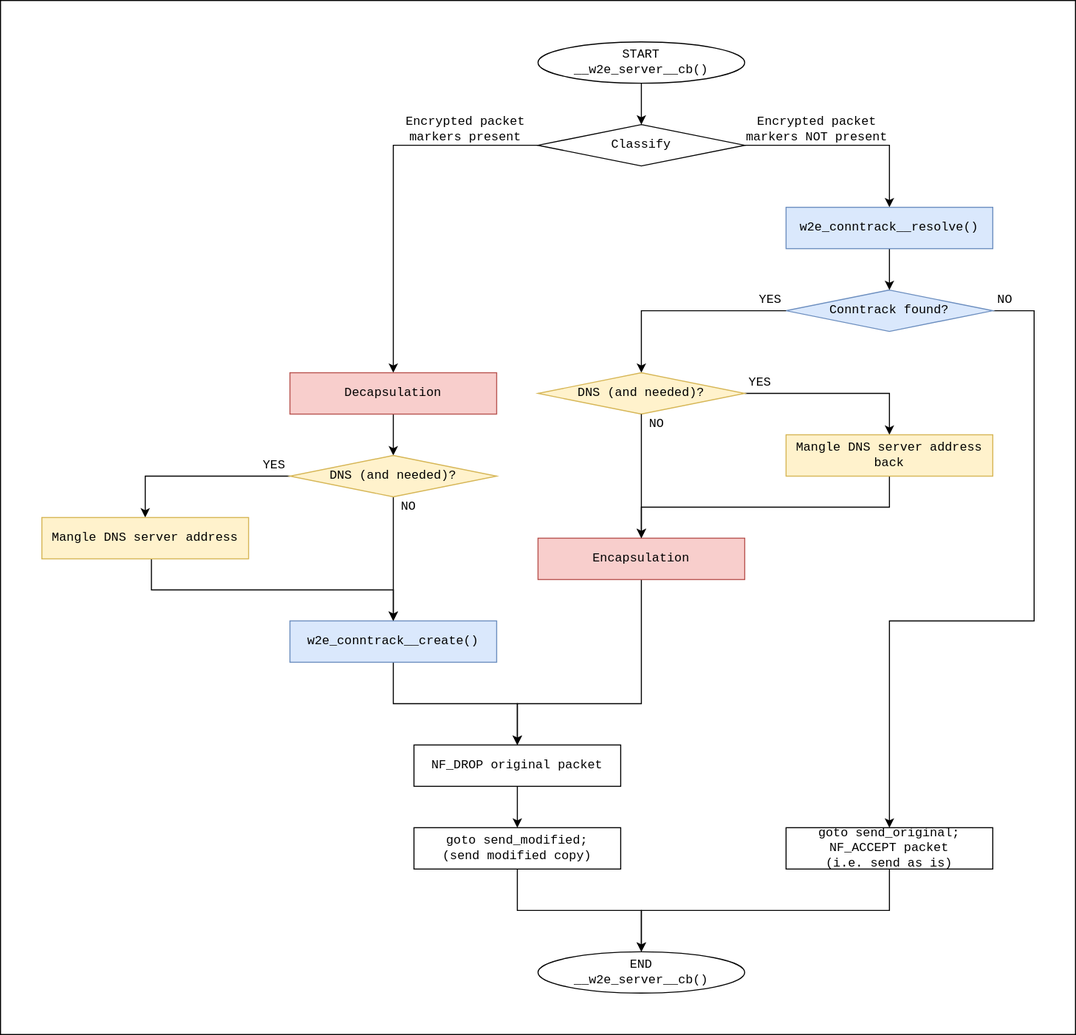
This is misc/w2e_scheme_server.svg from 6uoMycop/W2E, a draw.io export, as it was before one commit. Source tidied: cells renumbered, new cells last; positions are measured from the earlier drawing's top-left corner, leaving out a move shared by most shapes.
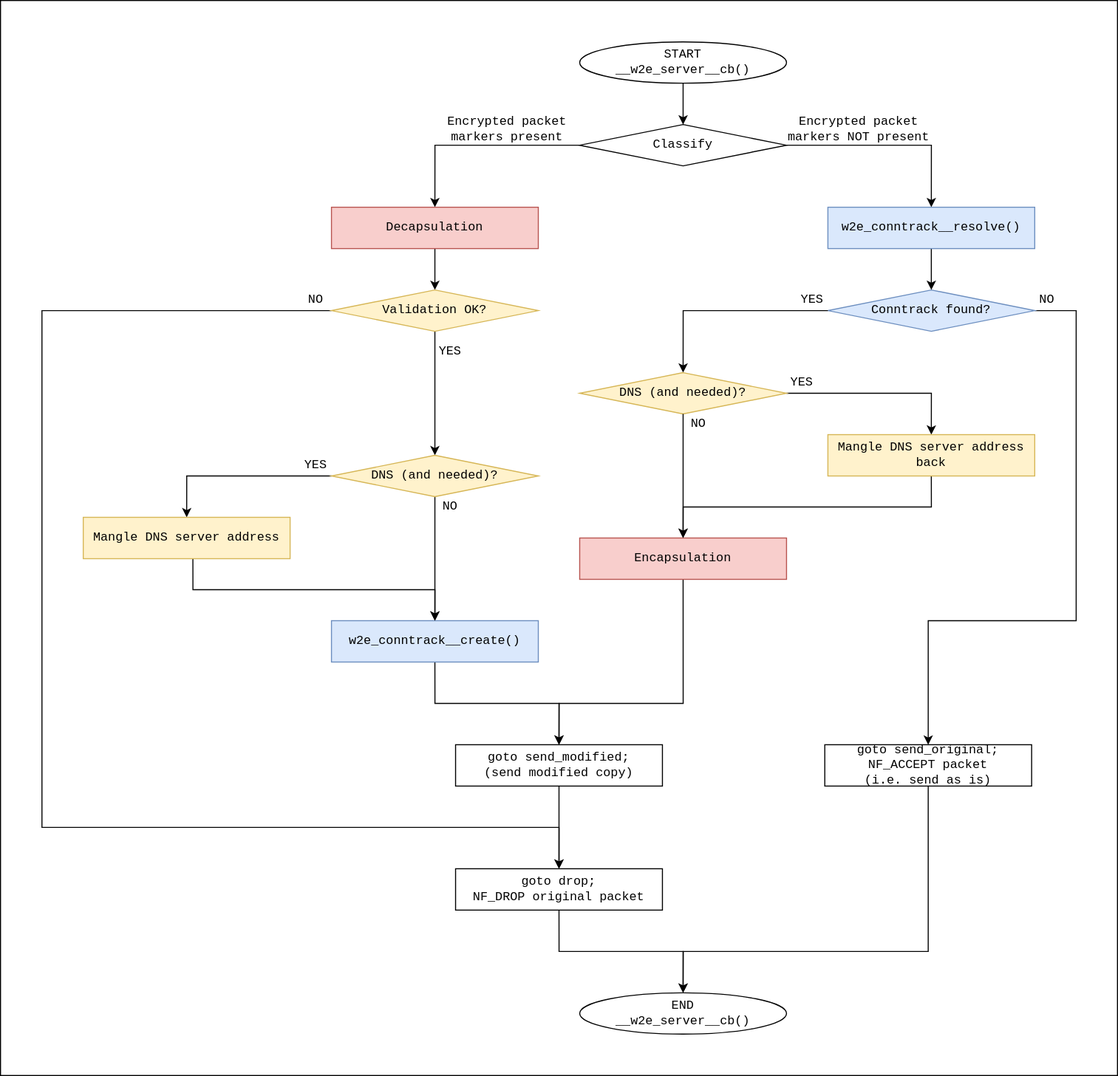
The same diagram one commit later.

The edit, as a diff of the source:
```diff
@@ -2,8 +2,8 @@
   <root>
     <mxCell id="0" />
     <mxCell id="1" parent="0" />
-    <mxCell id="2" style="rounded=0;whiteSpace=wrap;html=1;" parent="1" vertex="1">
-      <mxGeometry width="1040" height="1000" as="geometry" />
+    <mxCell id="2" style="rounded=0;whiteSpace=wrap;html=1;fillColor=default;" parent="1" vertex="1">
+      <mxGeometry x="-40" width="1080" height="1040" as="geometry" />
     </mxCell>
     <mxCell id="3" style="edgeStyle=orthogonalEdgeStyle;rounded=0;jettySize=auto;html=1;exitX=0.5;exitY=1;exitDx=0;exitDy=0;entryX=0.5;entryY=0;entryDx=0;entryDy=0;fontFamily=Courier New;fontSize=12;" parent="1" edge="1" source="28" target="6">
       <mxGeometry relative="1" as="geometry" />
@@ -18,16 +18,24 @@
       <mxGeometry x="520" y="120" width="200" height="40" as="geometry" />
     </mxCell>
     <mxCell id="7" style="edgeStyle=orthogonalEdgeStyle;rounded=0;jettySize=auto;html=1;exitX=0.5;exitY=1;exitDx=0;exitDy=0;entryX=0.5;entryY=0;entryDx=0;entryDy=0;fontFamily=Courier New;fontSize=12;" parent="1" edge="1" source="8" target="29">
-      <mxGeometry relative="1" as="geometry" />
+      <mxGeometry relative="1" as="geometry">
+        <Array as="points">
+          <mxPoint x="857" y="920" />
+          <mxPoint x="620" y="920" />
+        </Array>
+      </mxGeometry>
     </mxCell>
     <mxCell id="8" value="&lt;div style=&quot;font-size: 12px;&quot;&gt;goto send_original;&lt;br style=&quot;font-size: 12px;&quot;&gt;&lt;/div&gt;&lt;div style=&quot;font-size: 12px;&quot;&gt;NF_ACCEPT packet&lt;/div&gt;&lt;div style=&quot;font-size: 12px;&quot;&gt;(i.e. send as is)&lt;/div&gt;" style="rounded=0;whiteSpace=wrap;html=1;fontFamily=Courier New;fontSize=12;" parent="1" vertex="1">
-      <mxGeometry x="760" y="800" width="200" height="40" as="geometry" />
+      <mxGeometry x="757" y="720" width="200" height="40" as="geometry" />
     </mxCell>
-    <mxCell id="9" style="edgeStyle=orthogonalEdgeStyle;rounded=0;jettySize=auto;html=1;exitX=0.5;exitY=1;exitDx=0;exitDy=0;entryX=0.5;entryY=0;entryDx=0;entryDy=0;fontFamily=Courier New;fontSize=12;" parent="1" edge="1" source="10" target="32">
+    <mxCell id="9" style="edgeStyle=orthogonalEdgeStyle;rounded=0;jettySize=auto;html=1;entryX=0.5;entryY=0;entryDx=0;entryDy=0;fontFamily=Courier New;fontSize=12;exitX=0.5;exitY=1;exitDx=0;exitDy=0;" parent="1" edge="1" source="46" target="32">
       <mxGeometry relative="1" as="geometry" />
     </mxCell>
+    <mxCell id="44" style="edgeStyle=orthogonalEdgeStyle;rounded=0;jettySize=auto;html=1;exitX=0.5;exitY=1;exitDx=0;exitDy=0;entryX=0.5;entryY=0;entryDx=0;entryDy=0;" parent="1" edge="1" source="10" target="46">
+      <mxGeometry relative="1" as="geometry" />
+    </mxCell>
     <mxCell id="10" value="Decapsulation" style="rounded=0;whiteSpace=wrap;html=1;fontFamily=Courier New;fontSize=12;fillColor=#f8cecc;strokeColor=#b85450;" parent="1" vertex="1">
-      <mxGeometry x="280" y="360" width="200" height="40" as="geometry" />
+      <mxGeometry x="280" y="200" width="200" height="40" as="geometry" />
     </mxCell>
     <mxCell id="11" style="edgeStyle=orthogonalEdgeStyle;rounded=0;jettySize=auto;html=1;exitX=0.5;exitY=1;exitDx=0;exitDy=0;entryX=0.5;entryY=0;entryDx=0;entryDy=0;fontFamily=Courier New;fontSize=12;" parent="1" edge="1" source="12" target="23">
       <mxGeometry relative="1" as="geometry">
@@ -43,12 +51,12 @@
     <mxCell id="13" value="Encrypted packet markers present" style="text;html=1;align=center;verticalAlign=middle;whiteSpace=wrap;rounded=0;fontFamily=Courier New;fontSize=12;" parent="1" vertex="1">
       <mxGeometry x="380" y="110" width="140" height="30" as="geometry" />
     </mxCell>
-    <mxCell id="14" style="edgeStyle=orthogonalEdgeStyle;rounded=0;jettySize=auto;html=1;exitX=1;exitY=0.5;exitDx=0;exitDy=0;entryX=0.5;entryY=0;entryDx=0;entryDy=0;fontSize=12;fontFamily=Courier New;" parent="1" edge="1" source="15" target="8">
+    <mxCell id="14" style="edgeStyle=orthogonalEdgeStyle;rounded=0;jettySize=auto;html=1;exitX=1;exitY=0.5;exitDx=0;exitDy=0;fontSize=12;fontFamily=Courier New;entryX=0.5;entryY=0;entryDx=0;entryDy=0;" parent="1" edge="1" source="15" target="8">
       <mxGeometry relative="1" as="geometry">
         <Array as="points">
           <mxPoint x="1000" y="300" />
           <mxPoint x="1000" y="600" />
-          <mxPoint x="860" y="600" />
+          <mxPoint x="857" y="600" />
         </Array>
       </mxGeometry>
     </mxCell>
@@ -76,14 +84,14 @@
     <mxCell id="22" style="edgeStyle=orthogonalEdgeStyle;rounded=0;jettySize=auto;html=1;exitX=0.5;exitY=1;exitDx=0;exitDy=0;entryX=0.5;entryY=0;entryDx=0;entryDy=0;fontFamily=Courier New;fontSize=12;" parent="1" edge="1" source="23" target="25">
       <mxGeometry relative="1" as="geometry" />
     </mxCell>
-    <mxCell id="23" value="&lt;div style=&quot;font-size: 12px;&quot;&gt;NF_DROP original packet&lt;/div&gt;" style="rounded=0;whiteSpace=wrap;html=1;fontFamily=Courier New;fontSize=12;" parent="1" vertex="1">
+    <mxCell id="23" value="&lt;div style=&quot;font-size: 12px;&quot;&gt;goto send_modified;&lt;br style=&quot;font-size: 12px;&quot;&gt;&lt;/div&gt;&lt;div style=&quot;font-size: 12px;&quot;&gt;(send modified copy)&lt;/div&gt;" style="rounded=0;whiteSpace=wrap;html=1;fontFamily=Courier New;fontSize=12;" parent="1" vertex="1">
       <mxGeometry x="400" y="720" width="200" height="40" as="geometry" />
     </mxCell>
     <mxCell id="24" style="edgeStyle=orthogonalEdgeStyle;rounded=0;jettySize=auto;html=1;exitX=0.5;exitY=1;exitDx=0;exitDy=0;entryX=0.5;entryY=0;entryDx=0;entryDy=0;fontFamily=Courier New;fontSize=12;" parent="1" edge="1" source="25" target="29">
       <mxGeometry relative="1" as="geometry" />
     </mxCell>
-    <mxCell id="25" value="&lt;div style=&quot;font-size: 12px;&quot;&gt;goto send_modified;&lt;br style=&quot;font-size: 12px;&quot;&gt;&lt;/div&gt;&lt;div style=&quot;font-size: 12px;&quot;&gt;(send modified copy)&lt;/div&gt;" style="rounded=0;whiteSpace=wrap;html=1;fontFamily=Courier New;fontSize=12;" parent="1" vertex="1">
-      <mxGeometry x="400" y="800" width="200" height="40" as="geometry" />
+    <mxCell id="25" value="&lt;div style=&quot;font-size: 12px;&quot;&gt;goto drop;&lt;br&gt;&lt;/div&gt;&lt;div style=&quot;font-size: 12px;&quot;&gt;NF_DROP original packet&lt;/div&gt;" style="rounded=0;whiteSpace=wrap;html=1;fontFamily=Courier New;fontSize=12;" parent="1" vertex="1">
+      <mxGeometry x="400" y="840" width="200" height="40" as="geometry" />
     </mxCell>
     <mxCell id="26" style="edgeStyle=orthogonalEdgeStyle;rounded=0;jettySize=auto;html=1;exitX=0.5;exitY=1;exitDx=0;exitDy=0;entryX=0.5;entryY=0;entryDx=0;entryDy=0;fontFamily=Courier New;fontSize=12;" parent="1" edge="1" source="27" target="23">
       <mxGeometry relative="1" as="geometry" />
@@ -95,7 +103,7 @@
       <mxGeometry x="520" y="40" width="200" height="40" as="geometry" />
     </mxCell>
     <mxCell id="29" value="END&lt;br style=&quot;font-size: 12px;&quot;&gt;&lt;div style=&quot;font-size: 12px;&quot;&gt;__w2e_server__cb()&lt;/div&gt;" style="ellipse;whiteSpace=wrap;html=1;fontFamily=Courier New;fontSize=12;" parent="1" vertex="1">
-      <mxGeometry x="520" y="920" width="200" height="40" as="geometry" />
+      <mxGeometry x="520" y="960" width="200" height="40" as="geometry" />
     </mxCell>
     <mxCell id="30" style="edgeStyle=orthogonalEdgeStyle;rounded=0;jettySize=auto;html=1;exitX=0.5;exitY=1;exitDx=0;exitDy=0;entryX=0.5;entryY=0;entryDx=0;entryDy=0;fontFamily=Courier New;fontSize=12;" parent="1" edge="1" source="32" target="27">
       <mxGeometry relative="1" as="geometry" />
@@ -139,5 +147,23 @@
     <mxCell id="43" value="YES" style="text;html=1;align=center;verticalAlign=middle;whiteSpace=wrap;rounded=0;fontSize=12;fontFamily=Courier New;" parent="1" vertex="1">
       <mxGeometry x="720" y="360" width="30" height="20" as="geometry" />
     </mxCell>
+    <mxCell id="45" style="edgeStyle=orthogonalEdgeStyle;rounded=0;jettySize=auto;html=1;exitX=0;exitY=0.5;exitDx=0;exitDy=0;entryX=0.5;entryY=0;entryDx=0;entryDy=0;" parent="1" edge="1" source="46" target="25">
+      <mxGeometry relative="1" as="geometry">
+        <Array as="points">
+          <mxPoint y="300" />
+          <mxPoint y="800" />
+          <mxPoint x="500" y="800" />
+        </Array>
+      </mxGeometry>
+    </mxCell>
+    <mxCell id="46" value="Validation OK?" style="rhombus;whiteSpace=wrap;html=1;fontFamily=Courier New;fontSize=12;fillColor=#fff2cc;strokeColor=#d6b656;" parent="1" vertex="1">
+      <mxGeometry x="280" y="280" width="200" height="40" as="geometry" />
+    </mxCell>
+    <mxCell id="47" value="YES" style="text;html=1;align=center;verticalAlign=middle;whiteSpace=wrap;rounded=0;fontSize=12;fontFamily=Courier New;" parent="1" vertex="1">
+      <mxGeometry x="380" y="330" width="30" height="20" as="geometry" />
+    </mxCell>
+    <mxCell id="48" value="NO" style="text;html=1;align=center;verticalAlign=middle;whiteSpace=wrap;rounded=0;fontSize=12;fontFamily=Courier New;" parent="1" vertex="1">
+      <mxGeometry x="250" y="280" width="30" height="20" as="geometry" />
+    </mxCell>
   </root>
 </mxGraphModel>
```
